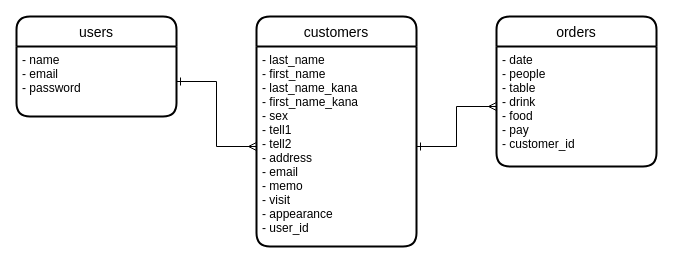
This is customer.dio from mamoru-ando/customer_info, a draw.io file, before an edit. Source tidied: cells renumbered, new cells numbered last; positions are measured from the earlier drawing's top-left corner, leaving out a move shared by most shapes. Both pictures are drawn from the tidied source at 100%, with x=0, y=0 at pixel (16, 16).
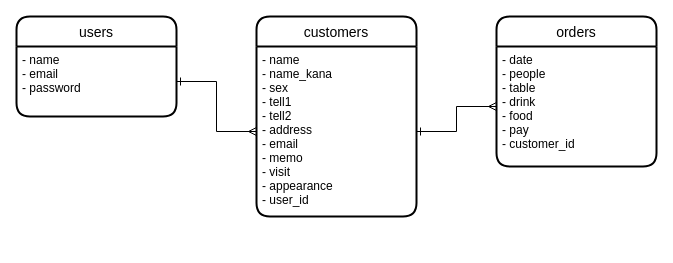
After the change.

Change to the diagram source:
```diff
@@
 <mxGraphModel>
   <root>
     <mxCell id="0" />
     <mxCell id="1" parent="0" />
     <mxCell id="2" value="users" style="swimlane;horizontal=1;startSize=30;rounded=1;fontSize=14;fontStyle=0;strokeWidth=2;shadow=0;dashed=0;align=center;" parent="1" vertex="1">
       <mxGeometry width="160" height="100" as="geometry" />
     </mxCell>
     <mxCell id="3" value="- name&#10;- email&#10;- password" style="align=left;strokeColor=none;fillColor=none;spacingLeft=4;fontSize=12;verticalAlign=top;" parent="2" vertex="1">
       <mxGeometry y="30" width="160" height="70" as="geometry" />
     </mxCell>
     <mxCell id="4" value="orders" style="swimlane;horizontal=1;startSize=30;rounded=1;fontSize=14;fontStyle=0;strokeWidth=2;shadow=0;dashed=0;align=center;" parent="1" vertex="1">
       <mxGeometry x="480" width="160" height="150" as="geometry" />
     </mxCell>
     <mxCell id="5" value="- date&#10;- people&#10;- table&#10;- drink&#10;- food&#10;- pay&#10;- customer_id" style="align=left;strokeColor=none;fillColor=none;spacingLeft=4;fontSize=12;verticalAlign=top;" parent="4" vertex="1">
       <mxGeometry y="30" width="160" height="120" as="geometry" />
     </mxCell>
     <mxCell id="6" value="customers" style="swimlane;horizontal=1;startSize=30;rounded=1;fontSize=14;fontStyle=0;strokeWidth=2;shadow=0;dashed=0;align=center;" parent="1" vertex="1">
-      <mxGeometry x="240" width="160" height="230" as="geometry" />
+      <mxGeometry x="240" width="160" height="200" as="geometry" />
     </mxCell>
-    <mxCell id="7" value="- last_name&#10;- first_name&#10;- last_name_kana&#10;- first_name_kana&#10;- sex&#10;- tell1&#10;- tell2&#10;- address&#10;- email&#10;- memo&#10;- visit&#10;- appearance&#10;- user_id" style="align=left;strokeColor=none;fillColor=none;spacingLeft=4;fontSize=12;verticalAlign=top;" parent="6" vertex="1">
-      <mxGeometry y="30" width="160" height="200" as="geometry" />
+    <mxCell id="7" value="- name&#10;- name_kana&#10;- sex&#10;- tell1&#10;- tell2&#10;- address&#10;- email&#10;- memo&#10;- visit&#10;- appearance&#10;- user_id" style="align=left;strokeColor=none;fillColor=none;spacingLeft=4;fontSize=12;verticalAlign=top;" parent="6" vertex="1">
+      <mxGeometry y="30" width="160" height="170" as="geometry" />
     </mxCell>
     <mxCell id="8" style="edgeStyle=orthogonalEdgeStyle;rounded=0;jettySize=auto;html=1;exitX=1;exitY=0.5;exitDx=0;exitDy=0;entryX=0;entryY=0.5;entryDx=0;entryDy=0;startArrow=ERone;startFill=0;endArrow=ERmany;endFill=0;" parent="1" edge="1" source="3" target="7">
       <mxGeometry relative="1" as="geometry" />
     </mxCell>
     <mxCell id="9" style="edgeStyle=orthogonalEdgeStyle;rounded=0;jettySize=auto;html=1;exitX=1;exitY=0.5;exitDx=0;exitDy=0;entryX=0;entryY=0.5;entryDx=0;entryDy=0;startArrow=ERone;startFill=0;endArrow=ERmany;endFill=0;" parent="1" edge="1" source="7" target="5">
       <mxGeometry relative="1" as="geometry" />
     </mxCell>
   </root>
 </mxGraphModel>
```
